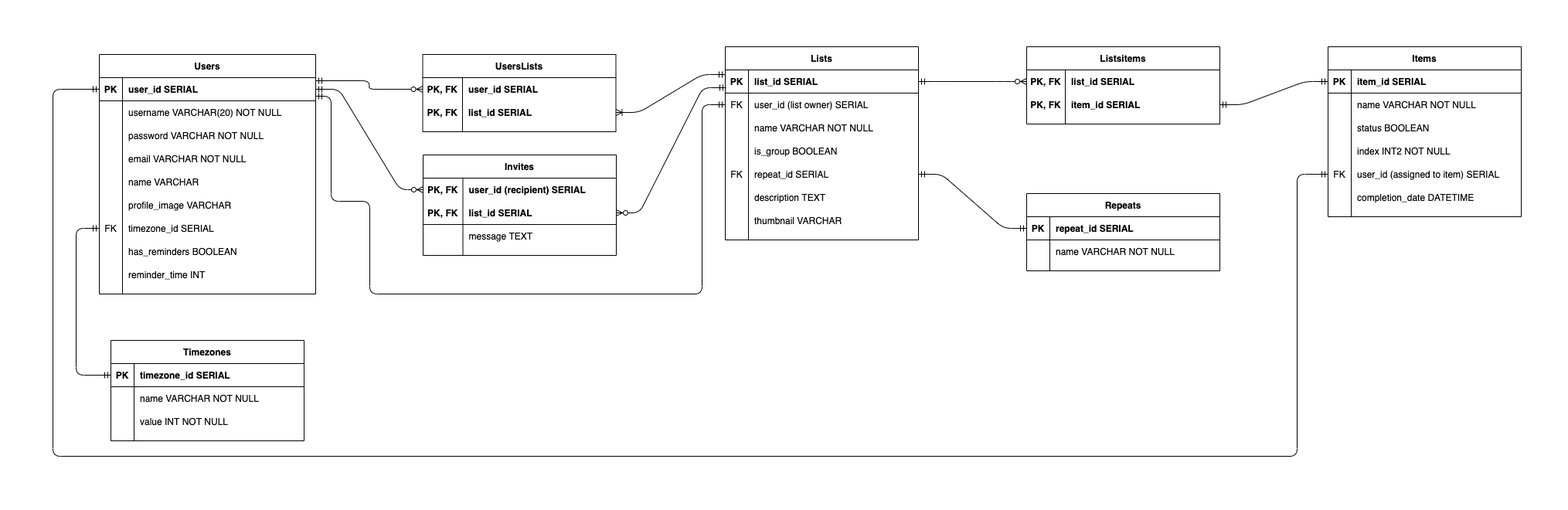
Before: docs/database/database_schema.png, a diagram exported from draw.io (AndrewGregorovic/check_it). Source tidied: cells renumbered, new cells last; positions are measured from the earlier drawing's top-left corner, leaving out a move shared by most shapes.
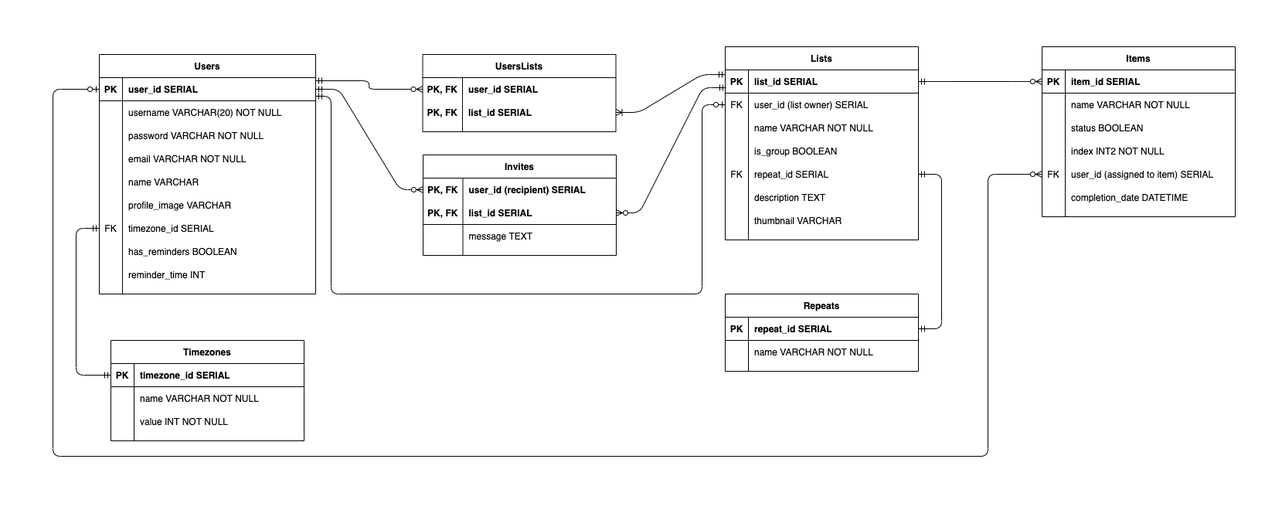
Above is the later version.

Commit message:
Fixed database schema image and notes for hopefully the last time

Change to the diagram source:
```diff
@@ -68,27 +68,6 @@
     <mxCell id="23" value="thumbnail VARCHAR" style="shape=partialRectangle;overflow=hidden;fillColor=none;top=0;left=0;bottom=0;right=0;align=left;spacingLeft=6;" parent="21" vertex="1">
       <mxGeometry x="30" width="220" height="30" as="geometry" />
     </mxCell>
-    <mxCell id="24" value="Listsitems" style="shape=table;startSize=30;rowLines=0;fontStyle=1;align=center;" parent="1" vertex="1">
-      <mxGeometry x="1260" width="250" height="100" as="geometry" />
-    </mxCell>
-    <mxCell id="25" style="shape=partialRectangle;fillColor=none;points=[[0,0.5],[1,0.5]];portConstraint=eastwest;top=0;left=0;right=0;bottom=0;" parent="24" vertex="1">
-      <mxGeometry y="30" width="250" height="30" as="geometry" />
-    </mxCell>
-    <mxCell id="26" value="PK, FK" style="shape=partialRectangle;overflow=hidden;fillColor=none;top=0;left=0;bottom=0;right=0;fontStyle=1;" parent="25" vertex="1">
-      <mxGeometry width="50" height="30" as="geometry" />
-    </mxCell>
-    <mxCell id="27" value="list_id SERIAL" style="shape=partialRectangle;overflow=hidden;fillColor=none;top=0;left=0;bottom=0;right=0;align=left;spacingLeft=6;fontStyle=1;" parent="25" vertex="1">
-      <mxGeometry x="50" width="200" height="30" as="geometry" />
-    </mxCell>
-    <mxCell id="28" style="shape=partialRectangle;fillColor=none;points=[[0,0.5],[1,0.5]];portConstraint=eastwest;top=0;left=0;right=0;bottom=0;" parent="24" vertex="1">
-      <mxGeometry y="60" width="250" height="30" as="geometry" />
-    </mxCell>
-    <mxCell id="29" value="PK, FK" style="shape=partialRectangle;overflow=hidden;fillColor=none;top=0;left=0;bottom=0;right=0;fontStyle=1;" parent="28" vertex="1">
-      <mxGeometry width="50" height="30" as="geometry" />
-    </mxCell>
-    <mxCell id="30" value="item_id SERIAL" style="shape=partialRectangle;overflow=hidden;fillColor=none;top=0;left=0;bottom=0;right=0;align=left;spacingLeft=6;fontStyle=1;" parent="28" vertex="1">
-      <mxGeometry x="50" width="200" height="30" as="geometry" />
-    </mxCell>
     <mxCell id="31" value="Users" style="shape=table;startSize=30;rowLines=0;fontStyle=1;align=center;" parent="1" vertex="1">
       <mxGeometry x="60" y="10" width="280" height="310" as="geometry" />
     </mxCell>
@@ -174,7 +153,7 @@
       <mxGeometry x="30" width="250" height="30" as="geometry" />
     </mxCell>
     <mxCell id="59" value="Items" style="shape=table;startSize=30;rowLines=0;fontStyle=1;align=center;" parent="1" vertex="1">
-      <mxGeometry x="1650" width="250" height="220" as="geometry" />
+      <mxGeometry x="1280" width="250" height="220" as="geometry" />
     </mxCell>
     <mxCell id="60" style="shape=partialRectangle;fillColor=none;points=[[0,0.5],[1,0.5]];portConstraint=eastwest;top=0;left=0;right=0;bottom=1;" parent="59" vertex="1">
       <mxGeometry y="30" width="250" height="30" as="geometry" />
@@ -235,12 +214,9 @@
         <mxPoint x="340" y="44" as="sourcePoint" />
       </mxGeometry>
     </mxCell>
-    <mxCell id="79" style="edgeStyle=entityRelationEdgeStyle;fontSize=12;html=1;endArrow=ERzeroToMany;startArrow=ERmandOne;exitX=1;exitY=0.5;exitDx=0;exitDy=0;entryX=0;entryY=0.5;entryDx=0;entryDy=0;endFill=1;" parent="1" edge="1" source="3" target="25">
+    <mxCell id="79" style="edgeStyle=entityRelationEdgeStyle;fontSize=12;html=1;endArrow=ERzeroToMany;startArrow=ERmandOne;exitX=1;exitY=0.5;exitDx=0;exitDy=0;entryX=0;entryY=0.5;entryDx=0;entryDy=0;endFill=1;" parent="1" edge="1" source="3" target="60">
       <mxGeometry relative="1" as="geometry" />
     </mxCell>
-    <mxCell id="80" style="edgeStyle=entityRelationEdgeStyle;fontSize=12;html=1;endArrow=ERmandOne;startArrow=ERmandOne;exitX=1;exitY=0.5;exitDx=0;exitDy=0;entryX=0;entryY=0.5;entryDx=0;entryDy=0;startFill=0;" parent="1" edge="1" source="28" target="60">
-      <mxGeometry relative="1" as="geometry" />
-    </mxCell>
     <mxCell id="81" value="UsersLists" style="shape=table;startSize=30;rowLines=0;fontStyle=1;align=center;" parent="1" vertex="1">
       <mxGeometry x="478.5" y="10" width="250" height="100" as="geometry" />
     </mxCell>
@@ -293,7 +269,7 @@
       <mxGeometry x="51.5" width="198.5" height="30" as="geometry" />
     </mxCell>
     <mxCell id="98" value="Repeats" style="shape=table;startSize=30;rowLines=0;fontStyle=1;align=center;" parent="1" vertex="1">
-      <mxGeometry x="1260" y="190" width="250" height="100" as="geometry" />
+      <mxGeometry x="870" y="320" width="250" height="100" as="geometry" />
     </mxCell>
     <mxCell id="99" style="shape=partialRectangle;fillColor=none;points=[[0,0.5],[1,0.5]];portConstraint=eastwest;top=0;left=0;right=0;bottom=1;" parent="98" vertex="1">
       <mxGeometry y="30" width="250" height="30" as="geometry" />
@@ -355,38 +331,33 @@
     <mxCell id="116" style="edgeStyle=entityRelationEdgeStyle;fontSize=12;html=1;endArrow=ERoneToMany;startArrow=ERmandOne;exitX=0;exitY=0.2;exitDx=0;exitDy=0;entryX=1;entryY=0.5;entryDx=0;entryDy=0;endFill=0;exitPerimeter=0;" parent="1" edge="1" source="3" target="85">
       <mxGeometry relative="1" as="geometry" />
     </mxCell>
-    <mxCell id="117" style="edgeStyle=orthogonalEdgeStyle;fontSize=12;html=1;endArrow=ERmandOne;startArrow=ERmandOne;entryX=0;entryY=0.5;entryDx=0;entryDy=0;" parent="1" edge="1" target="6">
+    <mxCell id="117" style="edgeStyle=orthogonalEdgeStyle;fontSize=12;html=1;endArrow=ERzeroToOne;startArrow=ERmandOne;entryX=0;entryY=0.5;entryDx=0;entryDy=0;endFill=1;" parent="1" edge="1" target="6">
       <mxGeometry relative="1" as="geometry">
         <mxPoint x="340" y="64" as="sourcePoint" />
         <Array as="points">
           <mxPoint x="360" y="64" />
-          <mxPoint x="360" y="200" />
-          <mxPoint x="410" y="200" />
-          <mxPoint x="410" y="320" />
+          <mxPoint x="360" y="320" />
           <mxPoint x="840" y="320" />
           <mxPoint x="840" y="75" />
         </Array>
       </mxGeometry>
     </mxCell>
-    <mxCell id="118" style="edgeStyle=entityRelationEdgeStyle;fontSize=12;html=1;endArrow=ERmandOne;startArrow=ERmandOne;exitX=1;exitY=0.5;exitDx=0;exitDy=0;entryX=0;entryY=0.5;entryDx=0;entryDy=0;" parent="1" edge="1" source="41" target="x">
-      <mxGeometry relative="1" as="geometry" />
-    </mxCell>
     <mxCell id="119" style="edgeStyle=entityRelationEdgeStyle;fontSize=12;html=1;endArrow=ERzeroToMany;startArrow=ERmandOne;exitX=1;exitY=0.5;exitDx=0;exitDy=0;entryX=0;entryY=0.5;entryDx=0;entryDy=0;endFill=1;" parent="1" edge="1" source="32" target="89">
       <mxGeometry relative="1" as="geometry" />
     </mxCell>
     <mxCell id="120" style="edgeStyle=entityRelationEdgeStyle;fontSize=12;html=1;endArrow=ERmandOne;startArrow=ERzeroToMany;exitX=1;exitY=0.5;exitDx=0;exitDy=0;entryX=0.004;entryY=0.767;entryDx=0;entryDy=0;startFill=1;entryPerimeter=0;" parent="1" edge="1" source="92" target="3">
       <mxGeometry relative="1" as="geometry" />
     </mxCell>
-    <mxCell id="121" style="edgeStyle=entityRelationEdgeStyle;fontSize=12;html=1;endArrow=ERmandOne;startArrow=ERmandOne;entryX=1;entryY=0.5;entryDx=0;entryDy=0;exitX=0;exitY=0.5;exitDx=0;exitDy=0;" parent="1" edge="1" source="99" target="15">
+    <mxCell id="121" style="edgeStyle=entityRelationEdgeStyle;fontSize=12;html=1;endArrow=ERmandOne;startArrow=ERmandOne;entryX=1;entryY=0.5;entryDx=0;entryDy=0;exitX=1;exitY=0.5;exitDx=0;exitDy=0;" parent="1" edge="1" source="99" target="15">
       <mxGeometry relative="1" as="geometry" />
     </mxCell>
-    <mxCell id="122" style="edgeStyle=orthogonalEdgeStyle;fontSize=12;html=1;endArrow=ERmandOne;startArrow=ERmandOne;exitX=0;exitY=0.5;exitDx=0;exitDy=0;entryX=0;entryY=0.5;entryDx=0;entryDy=0;" parent="1" edge="1" source="32" target="72">
+    <mxCell id="122" style="edgeStyle=orthogonalEdgeStyle;fontSize=12;html=1;endArrow=ERzeroToMany;startArrow=ERzeroToOne;exitX=0;exitY=0.5;exitDx=0;exitDy=0;entryX=0;entryY=0.5;entryDx=0;entryDy=0;endFill=1;startFill=1;" parent="1" edge="1" source="32" target="72">
       <mxGeometry relative="1" as="geometry">
         <Array as="points">
           <mxPoint y="55" />
           <mxPoint y="530" />
-          <mxPoint x="1610" y="530" />
-          <mxPoint x="1610" y="165" />
+          <mxPoint x="1210" y="530" />
+          <mxPoint x="1210" y="165" />
         </Array>
       </mxGeometry>
     </mxCell>
```
